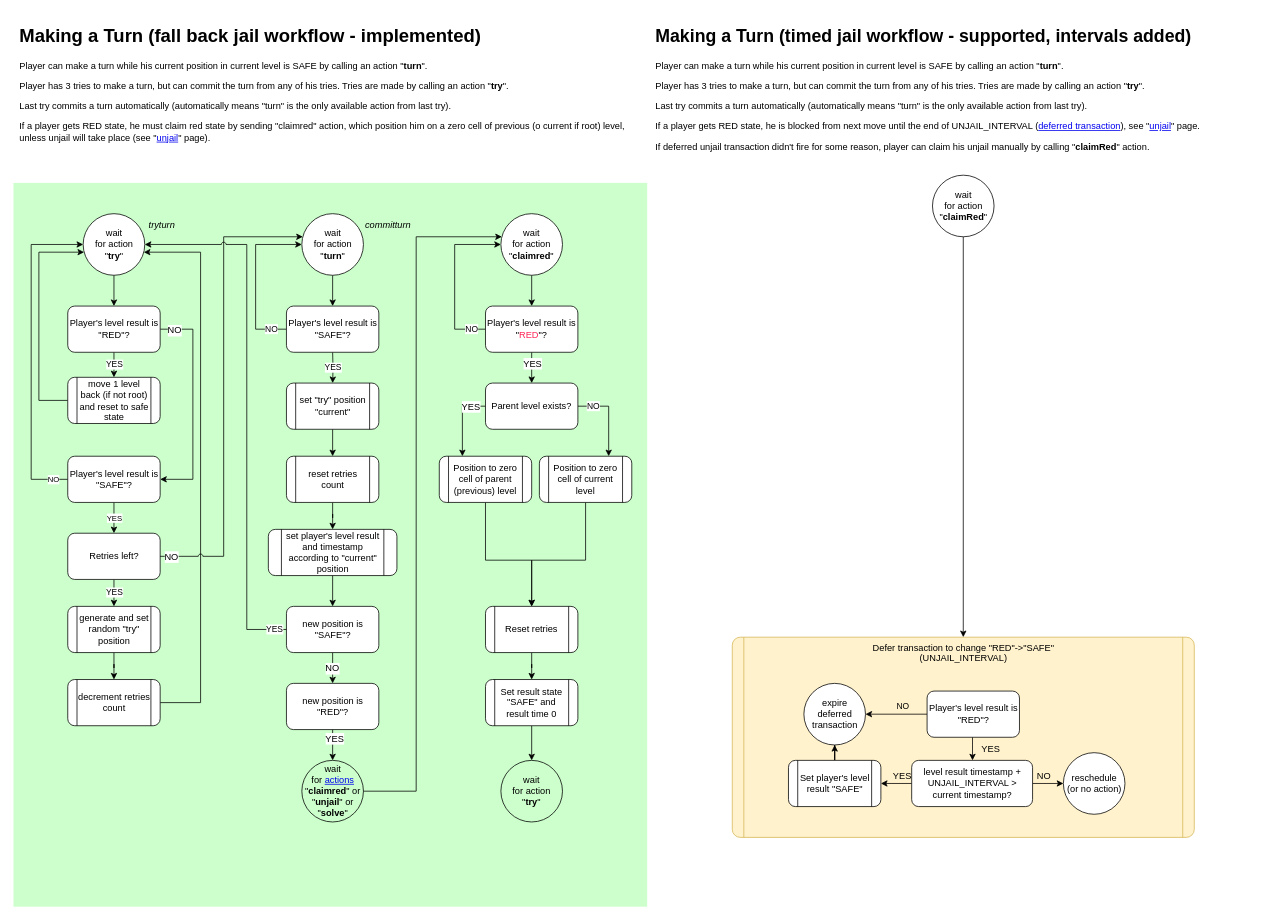
The draw.io diagram page "turn" (6 of 15) of ia/WOFFLER IA.drawio in cptn-solo/woffler_contract, before the edit. Source tidied: cells renumbered, new cells numbered last; positions are measured from the earlier drawing's top-left corner, leaving out a move shared by most shapes. Both pictures are drawn from the tidied source at 77%, with x=0, y=0 at pixel (13, 21).
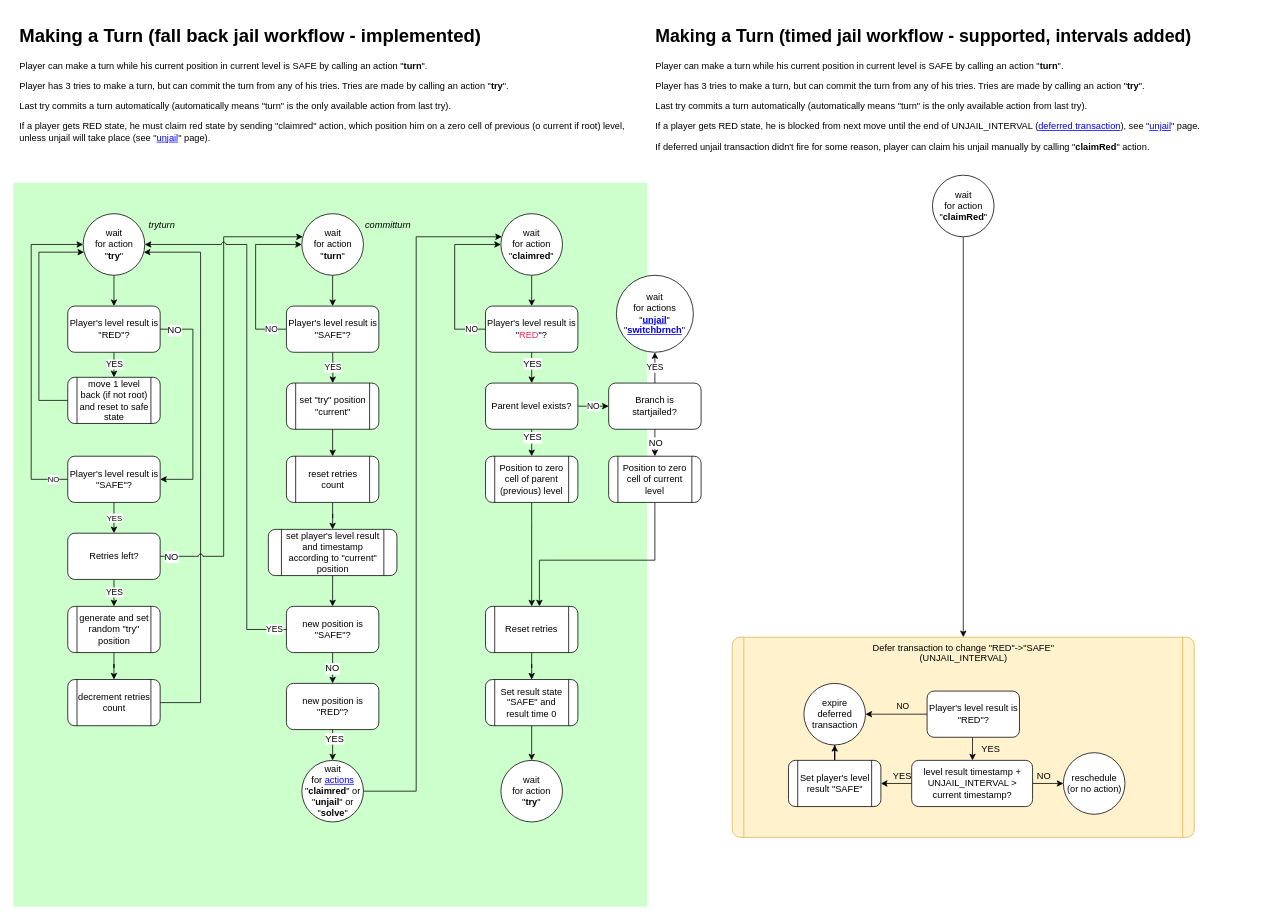
The same diagram, later.

Unchanged cells that the change refers to:
```xml
<mxCell id="67" value="Reset retries" style="shape=process;rounded=1;whiteSpace=wrap;html=1;shadow=0;glass=0;strokeColor=#000000;align=center;" parent="3" vertex="1">
  <mxGeometry x="613" y="760" width="120" height="60" as="geometry" />
</mxCell>
<mxCell id="78" value="Parent level exists?" style="rounded=1;whiteSpace=wrap;html=1;shadow=0;glass=0;strokeColor=#000000;align=center;" parent="3" vertex="1">
  <mxGeometry x="613" y="470" width="120" height="60" as="geometry" />
</mxCell>
```

Change to the diagram source:
```diff
@@
-    <mxCell id="51" value="wait &lt;br&gt;for &lt;a href=&quot;data:page/id,JelkGK6z_K_HSlQ8lR76&quot;&gt;actions&lt;/a&gt;&lt;br&gt;&quot;&lt;b&gt;claimred&lt;/b&gt;&quot; or&lt;br&gt;&quot;&lt;b&gt;unjail&lt;/b&gt;&quot; or &quot;&lt;b&gt;solve&lt;/b&gt;&quot;" style="ellipse;whiteSpace=wrap;html=1;rounded=1;shadow=0;glass=0;strokeColor=#000000;fillColor=none;align=center;" parent="3" vertex="1">
+    <mxCell id="51" value="wait &lt;br&gt;for &lt;a href=&quot;data:page/id,JelkGK6z_K_HSlQ8lR76&quot;&gt;actions&lt;/a&gt;&lt;br&gt;&quot;&lt;b&gt;claimred&lt;/b&gt;&quot; or&lt;br&gt;&quot;&lt;b&gt;unjail&lt;/b&gt;&quot; or &quot;&lt;b&gt;solve&lt;/b&gt;&quot;" style="ellipse;whiteSpace=wrap;html=1;rounded=1;shadow=0;glass=0;align=center;" parent="3" vertex="1">
       <mxGeometry x="374.5" y="960" width="80" height="80" as="geometry" />
     </mxCell>
@@
-    <mxCell id="61" value="NO" style="edgeStyle=orthogonalEdgeStyle;rounded=0;jettySize=auto;html=1;" parent="3" edge="1" source="78" target="65">
-      <mxGeometry x="-0.62" relative="1" as="geometry">
+    <mxCell id="61" value="NO" style="edgeStyle=orthogonalEdgeStyle;rounded=0;jettySize=auto;html=1;" parent="3" edge="1" source="78" target="85">
+      <mxGeometry relative="1" as="geometry">
         <Array as="points">
           <mxPoint x="773" y="500" />
         </Array>
       </mxGeometry>
     </mxCell>
     <mxCell id="62" style="edgeStyle=orthogonalEdgeStyle;rounded=0;jettySize=auto;html=1;" parent="3" edge="1" source="63" target="67">
       <mxGeometry relative="1" as="geometry">
         <Array as="points">
-          <mxPoint x="613" y="700" />
-          <mxPoint x="673" y="700" />
+          <mxPoint x="673" y="650" />
+          <mxPoint x="673" y="650" />
         </Array>
       </mxGeometry>
     </mxCell>
     <mxCell id="63" value="Position to zero cell of parent (previous) level" style="shape=process;rounded=1;whiteSpace=wrap;html=1;shadow=0;glass=0;strokeColor=#000000;align=center;" parent="3" vertex="1">
-      <mxGeometry x="553" y="565" width="120" height="60" as="geometry" />
+      <mxGeometry x="613" y="565" width="120" height="60" as="geometry" />
     </mxCell>
     <mxCell id="64" style="edgeStyle=orthogonalEdgeStyle;rounded=0;jettySize=auto;html=1;" parent="3" edge="1" source="65" target="67">
       <mxGeometry relative="1" as="geometry">
         <Array as="points">
-          <mxPoint x="743" y="700" />
-          <mxPoint x="673" y="700" />
+          <mxPoint x="833" y="700" />
+          <mxPoint x="683" y="700" />
         </Array>
       </mxGeometry>
     </mxCell>
     <mxCell id="65" value="Position to zero cell of current level" style="shape=process;rounded=1;whiteSpace=wrap;html=1;shadow=0;glass=0;strokeColor=#000000;align=center;" parent="3" vertex="1">
-      <mxGeometry x="683" y="565" width="120" height="60" as="geometry" />
+      <mxGeometry x="773" y="565" width="120" height="60" as="geometry" />
     </mxCell>
@@
     <mxCell id="76" style="edgeStyle=orthogonalEdgeStyle;rounded=0;jettySize=auto;html=1;" parent="3" edge="1" source="78" target="63">
       <mxGeometry relative="1" as="geometry">
         <Array as="points">
-          <mxPoint x="583" y="500" />
+          <mxPoint x="673" y="550" />
+          <mxPoint x="673" y="550" />
         </Array>
       </mxGeometry>
     </mxCell>
     <mxCell id="77" value="YES" style="text;html=1;align=center;verticalAlign=middle;labelBackgroundColor=#ffffff;" parent="76" vertex="1">
       <mxGeometry x="0.11" y="2" relative="1" as="geometry">
-        <mxPoint x="8" y="-23" as="offset" />
+        <mxPoint x="-2" y="-9" as="offset" />
       </mxGeometry>
     </mxCell>
@@
-    <mxCell id="80" value="wait &lt;br&gt;for action&lt;br&gt;&quot;&lt;b&gt;try&lt;/b&gt;&quot;" style="ellipse;whiteSpace=wrap;html=1;rounded=1;shadow=0;glass=0;strokeColor=#000000;fillColor=none;align=center;" parent="3" vertex="1">
+    <mxCell id="80" value="wait &lt;br&gt;for action&lt;br&gt;&quot;&lt;b&gt;try&lt;/b&gt;&quot;" style="ellipse;whiteSpace=wrap;html=1;rounded=1;shadow=0;glass=0;align=center;" parent="3" vertex="1">
       <mxGeometry x="633" y="960" width="80" height="80" as="geometry" />
     </mxCell>
@@
+    <mxCell id="82" style="edgeStyle=orthogonalEdgeStyle;rounded=0;jumpStyle=arc;jettySize=auto;html=1;" parent="3" edge="1" source="85" target="65">
+      <mxGeometry relative="1" as="geometry" />
+    </mxCell>
+    <mxCell id="83" value="NO" style="text;html=1;align=center;verticalAlign=middle;labelBackgroundColor=#ffffff;" parent="82" vertex="1">
+      <mxGeometry x="-0.63" y="1" relative="1" as="geometry">
+        <mxPoint x="-1" y="9.5" as="offset" />
+      </mxGeometry>
+    </mxCell>
+    <mxCell id="84" value="YES" style="edgeStyle=orthogonalEdgeStyle;rounded=0;jumpStyle=arc;jettySize=auto;html=1;" parent="3" edge="1" source="85" target="86">
+      <mxGeometry relative="1" as="geometry" />
+    </mxCell>
+    <mxCell id="85" value="Branch is&lt;br&gt;startjailed?" style="rounded=1;whiteSpace=wrap;html=1;shadow=0;glass=0;strokeColor=#000000;align=center;" parent="3" vertex="1">
+      <mxGeometry x="773" y="470" width="120" height="60" as="geometry" />
+    </mxCell>
+    <mxCell id="86" value="wait &lt;br&gt;for actions&lt;br&gt;&quot;&lt;b&gt;&lt;a href=&quot;data:page/id,JelkGK6z_K_HSlQ8lR76&quot;&gt;unjail&lt;/a&gt;&lt;/b&gt;&quot;&lt;br&gt;&quot;&lt;b&gt;&lt;a href=&quot;data:page/id,hTUNbACC8hS54-qMwUSK&quot;&gt;switchbrnch&lt;/a&gt;&lt;/b&gt;&quot;&lt;br&gt;" style="ellipse;whiteSpace=wrap;html=1;rounded=1;shadow=0;glass=0;align=center;" parent="3" vertex="1">
+      <mxGeometry x="783" y="330" width="100" height="100" as="geometry" />
+    </mxCell>
```
